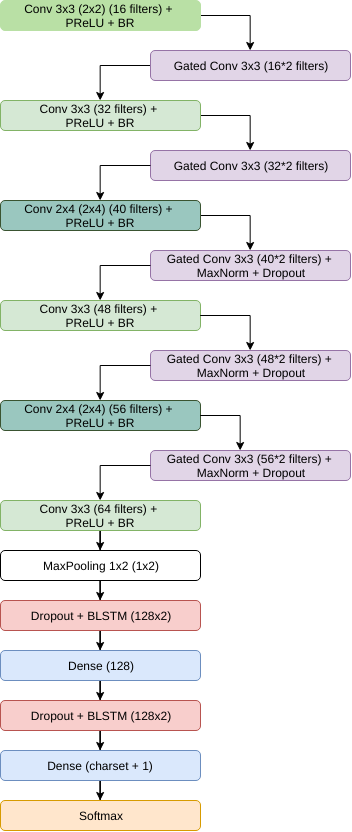
Before: doc/arch/flor/flor.png, a diagram exported from draw.io (arthurflor23/handwritten-text-recognition). Source tidied: cells renumbered, new cells last; positions are measured from the earlier drawing's top-left corner, leaving out a move shared by most shapes.
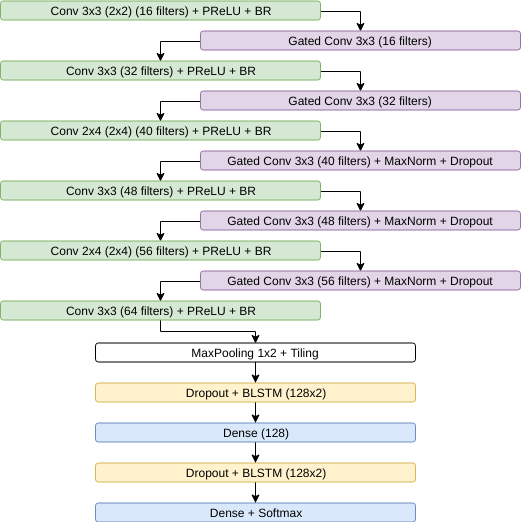
The same file after the commit.

The edit, as a diff of the source:
```diff
@@ -2,144 +2,143 @@
   <root>
     <mxCell id="0" />
     <mxCell id="1" parent="0" />
-    <mxCell id="2" style="edgeStyle=orthogonalEdgeStyle;rounded=0;jettySize=auto;html=1;exitX=1;exitY=0.5;exitDx=0;exitDy=0;" parent="1" edge="1" source="3" target="5">
-      <mxGeometry relative="1" as="geometry">
-        <Array as="points">
-          <mxPoint x="250" y="215" />
-        </Array>
-      </mxGeometry>
-    </mxCell>
+    <mxCell id="35" style="edgeStyle=orthogonalEdgeStyle;rounded=0;jettySize=auto;html=1;entryX=0.5;entryY=0;entryDx=0;entryDy=0;" parent="1" edge="1" source="3" target="38">
+      <mxGeometry relative="1" as="geometry">
+        <Array as="points">
+          <mxPoint x="230" y="128.5" />
+        </Array>
+      </mxGeometry>
+    </mxCell>
-    <mxCell id="3" value="Conv 2x4 (2x4) (40 filters) +&amp;nbsp;&lt;br&gt;PReLU + BR" style="rounded=1;whiteSpace=wrap;html=1;fillColor=#9AC7BF;strokeColor=#3A5431;fontColor=#000000;" parent="1" vertex="1">
-      <mxGeometry y="200" width="200" height="30" as="geometry" />
+    <mxCell id="3" value="Conv 2x4 (2x4) (40 filters)&amp;nbsp;+ PReLU + BR" style="rounded=1;whiteSpace=wrap;html=1;fillColor=#d5e8d4;strokeColor=#82b366;" parent="1" vertex="1">
+      <mxGeometry x="-130" y="118.5" width="320" height="19" as="geometry" />
     </mxCell>
+    <mxCell id="36" style="edgeStyle=orthogonalEdgeStyle;rounded=0;jettySize=auto;html=1;entryX=0.5;entryY=0;entryDx=0;entryDy=0;" parent="1" edge="1" source="4" target="40">
+      <mxGeometry relative="1" as="geometry">
+        <Array as="points">
+          <mxPoint x="230" y="188.5" />
+        </Array>
+      </mxGeometry>
+    </mxCell>
-    <mxCell id="4" value="Conv 3x3 (48 filters) +&amp;nbsp;&lt;br&gt;PReLU + BR" style="rounded=1;whiteSpace=wrap;html=1;fillColor=#d5e8d4;strokeColor=#82b366;" parent="1" vertex="1">
-      <mxGeometry y="300" width="200" height="30" as="geometry" />
+    <mxCell id="4" value="Conv 3x3 (48 filters)&amp;nbsp;+ PReLU + BR" style="rounded=1;whiteSpace=wrap;html=1;fillColor=#d5e8d4;strokeColor=#82b366;" parent="1" vertex="1">
+      <mxGeometry x="-130" y="178.5" width="320" height="19" as="geometry" />
     </mxCell>
-    <mxCell id="5" value="Gated Conv 3x3 (40*2 filters) +&amp;nbsp;&lt;br&gt;MaxNorm + Dropout&lt;br&gt;" style="rounded=1;whiteSpace=wrap;html=1;fillColor=#e1d5e7;strokeColor=#9673a6;" parent="1" vertex="1">
-      <mxGeometry x="150" y="250" width="200" height="30" as="geometry" />
-    </mxCell>
-    <mxCell id="6" style="edgeStyle=orthogonalEdgeStyle;rounded=0;jettySize=auto;html=1;exitX=1;exitY=0.5;exitDx=0;exitDy=0;" parent="1" edge="1" source="4" target="7">
-      <mxGeometry relative="1" as="geometry">
-        <Array as="points">
-          <mxPoint x="250" y="315" />
-        </Array>
-      </mxGeometry>
-    </mxCell>
-    <mxCell id="7" value="Gated Conv 3x3 (48*2 filters) +&amp;nbsp;&lt;br&gt;MaxNorm + Dropout" style="rounded=1;whiteSpace=wrap;html=1;fillColor=#e1d5e7;strokeColor=#9673a6;" parent="1" vertex="1">
-      <mxGeometry x="150" y="350" width="200" height="30" as="geometry" />
-    </mxCell>
+    <mxCell id="37" style="edgeStyle=orthogonalEdgeStyle;rounded=0;jettySize=auto;html=1;entryX=0.5;entryY=0;entryDx=0;entryDy=0;" parent="1" edge="1" source="38" target="4">
+      <mxGeometry relative="1" as="geometry">
+        <Array as="points">
+          <mxPoint x="30" y="158.5" />
+        </Array>
+      </mxGeometry>
+    </mxCell>
+    <mxCell id="38" value="Gated Conv 3x3 (40 filters)&amp;nbsp;+ MaxNorm + Dropout&lt;br&gt;" style="rounded=1;whiteSpace=wrap;html=1;fillColor=#e1d5e7;strokeColor=#9673a6;" parent="1" vertex="1">
+      <mxGeometry x="70" y="148.5" width="320" height="19" as="geometry" />
+    </mxCell>
+    <mxCell id="39" style="edgeStyle=orthogonalEdgeStyle;rounded=0;jettySize=auto;html=1;entryX=0.5;entryY=0;entryDx=0;entryDy=0;" parent="1" edge="1" source="40" target="8">
+      <mxGeometry relative="1" as="geometry">
+        <Array as="points">
+          <mxPoint x="30" y="218.5" />
+        </Array>
+      </mxGeometry>
+    </mxCell>
+    <mxCell id="40" value="Gated Conv 3x3 (48 filters)&amp;nbsp;+ MaxNorm + Dropout" style="rounded=1;whiteSpace=wrap;html=1;fillColor=#e1d5e7;strokeColor=#9673a6;" parent="1" vertex="1">
+      <mxGeometry x="70" y="208.5" width="320" height="19" as="geometry" />
+    </mxCell>
+    <mxCell id="41" style="edgeStyle=orthogonalEdgeStyle;rounded=0;jettySize=auto;html=1;entryX=0.5;entryY=0;entryDx=0;entryDy=0;" parent="1" edge="1" source="8" target="52">
+      <mxGeometry relative="1" as="geometry">
+        <Array as="points">
+          <mxPoint x="230" y="248.5" />
+        </Array>
+      </mxGeometry>
+    </mxCell>
-    <mxCell id="8" value="Conv 2x4 (2x4) (56 filters) +&amp;nbsp;&lt;br&gt;PReLU + BR" style="rounded=1;whiteSpace=wrap;html=1;fillColor=#9AC7BF;strokeColor=#3A5431;fontColor=#000000;" parent="1" vertex="1">
-      <mxGeometry y="400" width="200" height="30" as="geometry" />
+    <mxCell id="8" value="Conv 2x4 (2x4) (56 filters)&amp;nbsp;+ PReLU + BR" style="rounded=1;whiteSpace=wrap;html=1;fillColor=#d5e8d4;strokeColor=#82b366;" parent="1" vertex="1">
+      <mxGeometry x="-130" y="238.5" width="320" height="19" as="geometry" />
     </mxCell>
-    <mxCell id="9" style="edgeStyle=orthogonalEdgeStyle;rounded=0;jettySize=auto;html=1;" parent="1" edge="1" source="10" target="12">
-      <mxGeometry relative="1" as="geometry" />
-    </mxCell>
+    <mxCell id="42" style="edgeStyle=orthogonalEdgeStyle;rounded=0;jettySize=auto;html=1;entryX=0.5;entryY=0;entryDx=0;entryDy=0;" parent="1" edge="1" source="10" target="44">
+      <mxGeometry relative="1" as="geometry">
+        <Array as="points">
+          <mxPoint x="30" y="328.5" />
+          <mxPoint x="125" y="328.5" />
+        </Array>
+      </mxGeometry>
+    </mxCell>
-    <mxCell id="10" value="Conv 3x3 (64 filters) +&amp;nbsp;&lt;br&gt;PReLU + BR" style="rounded=1;whiteSpace=wrap;html=1;fillColor=#d5e8d4;strokeColor=#82b366;" parent="1" vertex="1">
-      <mxGeometry y="500" width="200" height="30" as="geometry" />
+    <mxCell id="10" value="Conv 3x3 (64 filters)&amp;nbsp;+ PReLU + BR" style="rounded=1;whiteSpace=wrap;html=1;fillColor=#d5e8d4;strokeColor=#82b366;" parent="1" vertex="1">
+      <mxGeometry x="-130" y="298.5" width="320" height="19" as="geometry" />
     </mxCell>
-    <mxCell id="11" style="edgeStyle=orthogonalEdgeStyle;rounded=0;jettySize=auto;html=1;" parent="1" edge="1" source="12" target="14">
-      <mxGeometry relative="1" as="geometry" />
-    </mxCell>
-    <mxCell id="12" value="MaxPooling 1x2 (1x2)" style="rounded=1;whiteSpace=wrap;html=1;" parent="1" vertex="1">
-      <mxGeometry y="550" width="200" height="30" as="geometry" />
-    </mxCell>
-    <mxCell id="13" style="edgeStyle=orthogonalEdgeStyle;rounded=0;jettySize=auto;html=1;" parent="1" edge="1" source="14" target="16">
-      <mxGeometry relative="1" as="geometry" />
-    </mxCell>
-    <mxCell id="14" value="Dropout + BLSTM (128x2)" style="rounded=1;whiteSpace=wrap;html=1;fillColor=#f8cecc;strokeColor=#b85450;" parent="1" vertex="1">
-      <mxGeometry y="600" width="200" height="30" as="geometry" />
-    </mxCell>
-    <mxCell id="15" style="edgeStyle=orthogonalEdgeStyle;rounded=0;jettySize=auto;html=1;" parent="1" edge="1" source="16" target="18">
-      <mxGeometry relative="1" as="geometry" />
-    </mxCell>
+    <mxCell id="43" style="edgeStyle=orthogonalEdgeStyle;rounded=0;jettySize=auto;html=1;" parent="1" edge="1" source="44" target="46">
+      <mxGeometry relative="1" as="geometry" />
+    </mxCell>
+    <mxCell id="44" value="MaxPooling 1x2 + Tiling" style="rounded=1;whiteSpace=wrap;html=1;" parent="1" vertex="1">
+      <mxGeometry x="-35" y="340.5" width="320" height="19" as="geometry" />
+    </mxCell>
+    <mxCell id="45" style="edgeStyle=orthogonalEdgeStyle;rounded=0;jettySize=auto;html=1;" parent="1" edge="1" source="46" target="16">
+      <mxGeometry relative="1" as="geometry" />
+    </mxCell>
+    <mxCell id="46" value="Dropout + BLSTM (128x2)" style="rounded=1;whiteSpace=wrap;html=1;fillColor=#fff2cc;strokeColor=#d6b656;" parent="1" vertex="1">
+      <mxGeometry x="-35" y="380.5" width="320" height="19" as="geometry" />
+    </mxCell>
+    <mxCell id="47" style="edgeStyle=orthogonalEdgeStyle;rounded=0;jettySize=auto;html=1;" parent="1" edge="1" source="16" target="49">
+      <mxGeometry relative="1" as="geometry" />
+    </mxCell>
     <mxCell id="16" value="Dense (128)" style="rounded=1;whiteSpace=wrap;html=1;fillColor=#dae8fc;strokeColor=#6c8ebf;" parent="1" vertex="1">
-      <mxGeometry y="650" width="200" height="30" as="geometry" />
+      <mxGeometry x="-35" y="420.5" width="320" height="19" as="geometry" />
     </mxCell>
-    <mxCell id="17" style="edgeStyle=orthogonalEdgeStyle;rounded=0;jettySize=auto;html=1;" parent="1" edge="1" source="18" target="20">
-      <mxGeometry relative="1" as="geometry" />
-    </mxCell>
-    <mxCell id="18" value="Dropout +&amp;nbsp;BLSTM (128x2)" style="rounded=1;whiteSpace=wrap;html=1;fillColor=#f8cecc;strokeColor=#b85450;" parent="1" vertex="1">
-      <mxGeometry y="700" width="200" height="30" as="geometry" />
-    </mxCell>
-    <mxCell id="19" style="edgeStyle=orthogonalEdgeStyle;rounded=0;jettySize=auto;html=1;" parent="1" edge="1" source="20" target="21">
-      <mxGeometry relative="1" as="geometry" />
-    </mxCell>
-    <mxCell id="20" value="Dense (charset + 1)" style="rounded=1;whiteSpace=wrap;html=1;fillColor=#dae8fc;strokeColor=#6c8ebf;" parent="1" vertex="1">
-      <mxGeometry y="750" width="200" height="30" as="geometry" />
-    </mxCell>
-    <mxCell id="21" value="Softmax" style="rounded=1;whiteSpace=wrap;html=1;fillColor=#ffe6cc;strokeColor=#d79b00;" parent="1" vertex="1">
-      <mxGeometry y="800" width="200" height="30" as="geometry" />
-    </mxCell>
-    <mxCell id="22" style="edgeStyle=orthogonalEdgeStyle;rounded=0;jettySize=auto;html=1;exitX=1;exitY=0.5;exitDx=0;exitDy=0;" parent="1" edge="1" source="8" target="23">
-      <mxGeometry relative="1" as="geometry">
-        <Array as="points">
-          <mxPoint x="240" y="415" />
-        </Array>
-      </mxGeometry>
-    </mxCell>
-    <mxCell id="23" value="Gated Conv 3x3 (56*2 filters) +&amp;nbsp;&lt;br&gt;MaxNorm + Dropout" style="rounded=1;whiteSpace=wrap;html=1;fillColor=#e1d5e7;strokeColor=#9673a6;" parent="1" vertex="1">
-      <mxGeometry x="150" y="450" width="200" height="30" as="geometry" />
-    </mxCell>
-    <mxCell id="24" style="edgeStyle=orthogonalEdgeStyle;rounded=0;jettySize=auto;html=1;exitX=1;exitY=0.5;exitDx=0;exitDy=0;" parent="1" edge="1" source="25" target="26">
-      <mxGeometry relative="1" as="geometry">
-        <Array as="points">
-          <mxPoint x="250" y="115" />
-        </Array>
-      </mxGeometry>
-    </mxCell>
+    <mxCell id="48" style="edgeStyle=orthogonalEdgeStyle;rounded=0;jettySize=auto;html=1;" parent="1" edge="1" source="49" target="50">
+      <mxGeometry relative="1" as="geometry" />
+    </mxCell>
+    <mxCell id="49" value="Dropout +&amp;nbsp;BLSTM (128x2)" style="rounded=1;whiteSpace=wrap;html=1;fillColor=#fff2cc;strokeColor=#d6b656;" parent="1" vertex="1">
+      <mxGeometry x="-35" y="460.5" width="320" height="19" as="geometry" />
+    </mxCell>
+    <mxCell id="50" value="Dense + Softmax" style="rounded=1;whiteSpace=wrap;html=1;fillColor=#dae8fc;strokeColor=#6c8ebf;" parent="1" vertex="1">
+      <mxGeometry x="-35" y="500.5" width="320" height="19" as="geometry" />
+    </mxCell>
+    <mxCell id="51" style="edgeStyle=orthogonalEdgeStyle;rounded=0;jettySize=auto;html=1;entryX=0.5;entryY=0;entryDx=0;entryDy=0;" parent="1" edge="1" source="52" target="10">
+      <mxGeometry relative="1" as="geometry">
+        <Array as="points">
+          <mxPoint x="30" y="278.5" />
+        </Array>
+      </mxGeometry>
+    </mxCell>
+    <mxCell id="52" value="Gated Conv 3x3 (56 filters) + MaxNorm + Dropout" style="rounded=1;whiteSpace=wrap;html=1;fillColor=#e1d5e7;strokeColor=#9673a6;" parent="1" vertex="1">
+      <mxGeometry x="70" y="268.5" width="320" height="19" as="geometry" />
+    </mxCell>
+    <mxCell id="53" style="edgeStyle=orthogonalEdgeStyle;rounded=0;jettySize=auto;html=1;entryX=0.5;entryY=0;entryDx=0;entryDy=0;" parent="1" edge="1" source="25" target="55">
+      <mxGeometry relative="1" as="geometry">
+        <Array as="points">
+          <mxPoint x="230" y="68.5" />
+        </Array>
+      </mxGeometry>
+    </mxCell>
-    <mxCell id="25" value="Conv 3x3&amp;nbsp;(32 filters) +&amp;nbsp;&lt;br&gt;PReLU + BR" style="rounded=1;whiteSpace=wrap;html=1;fillColor=#d5e8d4;strokeColor=#82b366;" parent="1" vertex="1">
-      <mxGeometry y="100" width="200" height="30" as="geometry" />
+    <mxCell id="25" value="Conv 3x3&amp;nbsp;(32 filters)&amp;nbsp;+ PReLU + BR" style="rounded=1;whiteSpace=wrap;html=1;fillColor=#d5e8d4;strokeColor=#82b366;" parent="1" vertex="1">
+      <mxGeometry x="-130" y="58.5" width="320" height="19" as="geometry" />
     </mxCell>
-    <mxCell id="26" value="Gated Conv 3x3 (32*2 filters)" style="rounded=1;whiteSpace=wrap;html=1;fillColor=#e1d5e7;strokeColor=#9673a6;" parent="1" vertex="1">
-      <mxGeometry x="150" y="150" width="200" height="30" as="geometry" />
-    </mxCell>
-    <mxCell id="27" style="edgeStyle=orthogonalEdgeStyle;rounded=0;jettySize=auto;html=1;exitX=1;exitY=0.5;exitDx=0;exitDy=0;" parent="1" edge="1" source="28" target="30">
-      <mxGeometry relative="1" as="geometry">
-        <Array as="points">
-          <mxPoint x="250" y="15" />
-        </Array>
-      </mxGeometry>
-    </mxCell>
+    <mxCell id="54" style="edgeStyle=orthogonalEdgeStyle;rounded=0;jettySize=auto;html=1;entryX=0.5;entryY=0;entryDx=0;entryDy=0;" parent="1" edge="1" source="55" target="3">
+      <mxGeometry relative="1" as="geometry">
+        <Array as="points">
+          <mxPoint x="30" y="98.5" />
+        </Array>
+      </mxGeometry>
+    </mxCell>
+    <mxCell id="55" value="Gated Conv 3x3 (32 filters)" style="rounded=1;whiteSpace=wrap;html=1;fillColor=#e1d5e7;strokeColor=#9673a6;" parent="1" vertex="1">
+      <mxGeometry x="70" y="88.5" width="320" height="19" as="geometry" />
+    </mxCell>
+    <mxCell id="56" style="edgeStyle=orthogonalEdgeStyle;rounded=0;jettySize=auto;html=1;entryX=0.5;entryY=0;entryDx=0;entryDy=0;" parent="1" edge="1" source="28" target="58">
+      <mxGeometry relative="1" as="geometry">
+        <Array as="points">
+          <mxPoint x="230" y="8.5" />
+        </Array>
+      </mxGeometry>
+    </mxCell>
-    <mxCell id="28" value="Conv 3x3 (2x2) (16 filters) + &lt;br&gt;PReLU + BR" style="rounded=1;whiteSpace=wrap;html=1;fillColor=#B9E0A5;strokeColor=#B9E0A5;" parent="1" vertex="1">
-      <mxGeometry width="200" height="30" as="geometry" />
+    <mxCell id="28" value="Conv 3x3 (2x2) (16 filters) + PReLU + BR" style="rounded=1;whiteSpace=wrap;html=1;fillColor=#d5e8d4;strokeColor=#82b366;" parent="1" vertex="1">
+      <mxGeometry x="-130" y="-1.5" width="320" height="19" as="geometry" />
     </mxCell>
-    <mxCell id="29" style="edgeStyle=orthogonalEdgeStyle;rounded=0;jettySize=auto;html=1;" parent="1" edge="1" source="30" target="25">
-      <mxGeometry relative="1" as="geometry">
-        <Array as="points">
-          <mxPoint x="100" y="65" />
-        </Array>
-      </mxGeometry>
-    </mxCell>
-    <mxCell id="30" value="Gated Conv 3x3 (16*2 filters)" style="rounded=1;whiteSpace=wrap;html=1;fillColor=#e1d5e7;strokeColor=#9673a6;" parent="1" vertex="1">
-      <mxGeometry x="150" y="50" width="200" height="30" as="geometry" />
-    </mxCell>
-    <mxCell id="31" style="edgeStyle=orthogonalEdgeStyle;rounded=0;jettySize=auto;html=1;" parent="1" edge="1" source="26" target="3">
-      <mxGeometry relative="1" as="geometry">
-        <Array as="points">
-          <mxPoint x="100" y="165" />
-        </Array>
-      </mxGeometry>
-    </mxCell>
-    <mxCell id="32" style="edgeStyle=orthogonalEdgeStyle;rounded=0;jettySize=auto;html=1;" parent="1" edge="1" source="5" target="4">
-      <mxGeometry relative="1" as="geometry">
-        <Array as="points">
-          <mxPoint x="100" y="265" />
-        </Array>
-      </mxGeometry>
-    </mxCell>
-    <mxCell id="33" style="edgeStyle=orthogonalEdgeStyle;rounded=0;jettySize=auto;html=1;" parent="1" edge="1" source="7" target="8">
-      <mxGeometry relative="1" as="geometry">
-        <Array as="points">
-          <mxPoint x="100" y="365" />
-        </Array>
-      </mxGeometry>
-    </mxCell>
-    <mxCell id="34" style="edgeStyle=orthogonalEdgeStyle;rounded=0;jettySize=auto;html=1;" parent="1" edge="1" source="23" target="10">
-      <mxGeometry relative="1" as="geometry">
-        <Array as="points">
-          <mxPoint x="100" y="465" />
-        </Array>
-      </mxGeometry>
-    </mxCell>
+    <mxCell id="57" style="edgeStyle=orthogonalEdgeStyle;rounded=0;jettySize=auto;html=1;entryX=0.5;entryY=0;entryDx=0;entryDy=0;" parent="1" edge="1" source="58" target="25">
+      <mxGeometry relative="1" as="geometry">
+        <Array as="points">
+          <mxPoint x="30" y="38.5" />
+        </Array>
+      </mxGeometry>
+    </mxCell>
+    <mxCell id="58" value="Gated Conv 3x3 (16 filters)" style="rounded=1;whiteSpace=wrap;html=1;fillColor=#e1d5e7;strokeColor=#9673a6;" parent="1" vertex="1">
+      <mxGeometry x="70" y="28.5" width="320" height="19" as="geometry" />
+    </mxCell>
   </root>
 </mxGraphModel>
```
